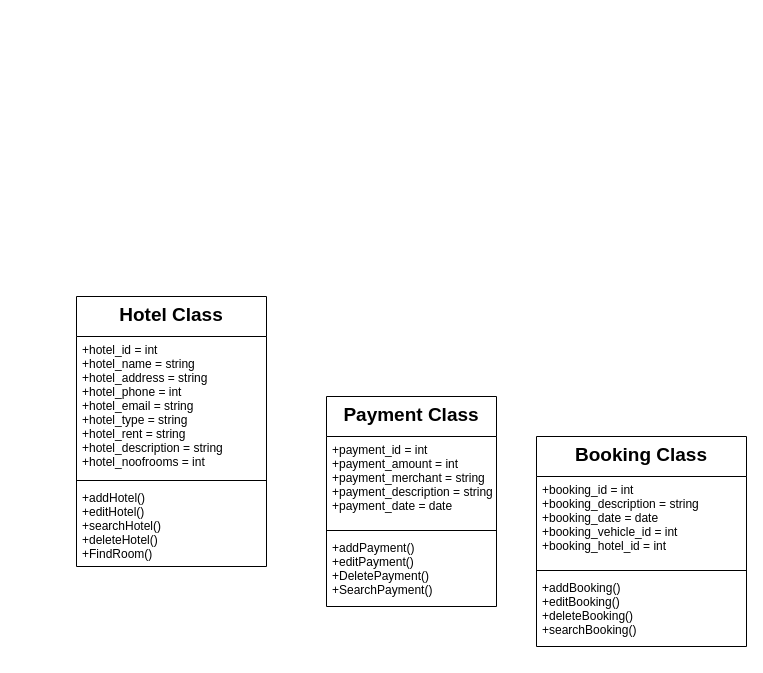
Before: Untitled Diagram.drawio in bidya01/Programs, a draw.io diagram. Source tidied: cells renumbered, new cells numbered last; positions are measured from the earlier drawing's top-left corner, leaving out a move shared by most shapes. Both pictures are drawn from the tidied source at 100%, with x=0, y=0 at pixel (76, 296).
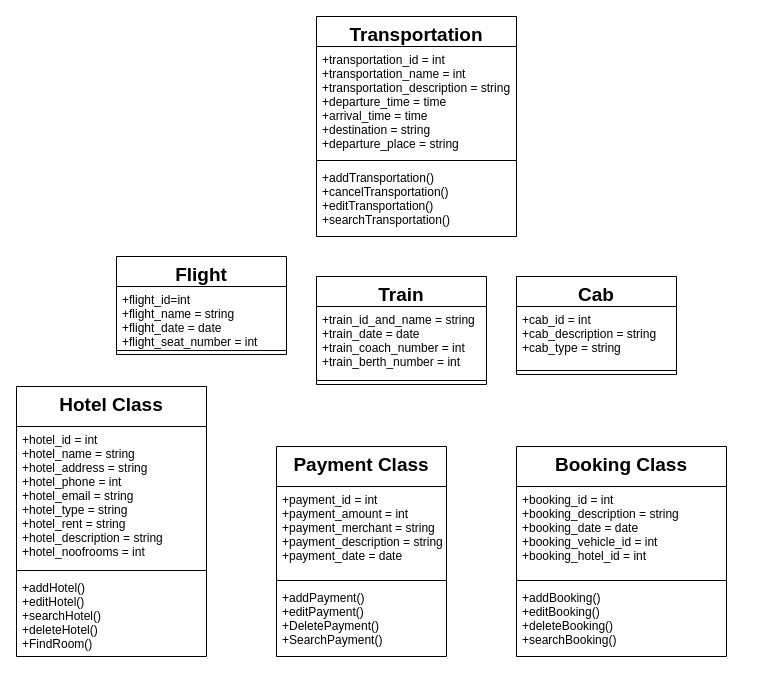
After the change.

The edit, as a diff of the source:
```diff
@@
     <mxCell id="2" value="Hotel Class" style="swimlane;fontStyle=1;align=center;verticalAlign=top;horizontal=1;startSize=40;fontSize=19;" parent="1" vertex="1">
-      <mxGeometry width="190" height="270" as="geometry" />
+      <mxGeometry x="-60" y="90" width="190" height="270" as="geometry" />
     </mxCell>
@@
     <mxCell id="6" value="Payment Class" style="swimlane;fontStyle=1;align=center;verticalAlign=top;horizontal=1;startSize=40;fontSize=19;" parent="1" vertex="1">
-      <mxGeometry x="250" y="100" width="170" height="210" as="geometry" />
+      <mxGeometry x="200" y="150" width="170" height="210" as="geometry" />
     </mxCell>
@@
     <mxCell id="10" value="Booking Class" style="swimlane;fontStyle=1;align=center;verticalAlign=top;horizontal=1;startSize=40;fontSize=19;" parent="1" vertex="1">
-      <mxGeometry x="460" y="140" width="210" height="210" as="geometry" />
+      <mxGeometry x="440" y="150" width="210" height="210" as="geometry" />
     </mxCell>
@@
+    <mxCell id="14" value="Flight" style="swimlane;fontStyle=1;align=center;verticalAlign=top;horizontal=1;startSize=30;fontSize=19;" parent="1" vertex="1">
+      <mxGeometry x="40" y="-40" width="170" height="98" as="geometry" />
+    </mxCell>
+    <mxCell id="15" value="+flight_id=int&#10;+flight_name = string&#10;+flight_date = date&#10;+flight_seat_number = int&#10;&#10;&#10;" style="text;strokeColor=none;fillColor=none;align=left;verticalAlign=top;spacingLeft=4;spacingRight=4;overflow=hidden;" parent="14" vertex="1">
+      <mxGeometry y="30" width="170" height="60" as="geometry" />
+    </mxCell>
+    <mxCell id="16" style="line;strokeWidth=1;fillColor=none;align=left;verticalAlign=middle;spacingTop=-1;spacingLeft=3;spacingRight=3;labelPosition=right;" parent="14" vertex="1">
+      <mxGeometry y="90" width="170" height="8" as="geometry" />
+    </mxCell>
+    <mxCell id="17" value="Train" style="swimlane;fontStyle=1;align=center;verticalAlign=top;horizontal=1;startSize=30;fontSize=19;" parent="1" vertex="1">
+      <mxGeometry x="240" y="-20" width="170" height="108" as="geometry" />
+    </mxCell>
+    <mxCell id="18" value="+train_id_and_name = string&#10;+train_date = date&#10;+train_coach_number = int&#10;+train_berth_number = int&#10;&#10;" style="text;strokeColor=none;fillColor=none;align=left;verticalAlign=top;spacingLeft=4;spacingRight=4;overflow=hidden;" parent="17" vertex="1">
+      <mxGeometry y="30" width="170" height="70" as="geometry" />
+    </mxCell>
+    <mxCell id="19" style="line;strokeWidth=1;fillColor=none;align=left;verticalAlign=middle;spacingTop=-1;spacingLeft=3;spacingRight=3;labelPosition=right;" parent="17" vertex="1">
+      <mxGeometry y="100" width="170" height="8" as="geometry" />
+    </mxCell>
+    <mxCell id="20" value="Transportation" style="swimlane;fontStyle=1;align=center;verticalAlign=top;horizontal=1;startSize=30;fontSize=19;" parent="1" vertex="1">
+      <mxGeometry x="240" y="-280" width="200" height="220" as="geometry" />
+    </mxCell>
+    <mxCell id="21" value="+transportation_id = int&#10;+transportation_name = int&#10;+transportation_description = string&#10;+departure_time = time&#10;+arrival_time = time&#10;+destination = string&#10;+departure_place = string" style="text;strokeColor=none;fillColor=none;align=left;verticalAlign=top;spacingLeft=4;spacingRight=4;overflow=hidden;" parent="20" vertex="1">
+      <mxGeometry y="30" width="200" height="110" as="geometry" />
+    </mxCell>
+    <mxCell id="22" style="line;strokeWidth=1;fillColor=none;align=left;verticalAlign=middle;spacingTop=-1;spacingLeft=3;spacingRight=3;labelPosition=right;" parent="20" vertex="1">
+      <mxGeometry y="140" width="200" height="8" as="geometry" />
+    </mxCell>
+    <mxCell id="23" value="+addTransportation()&#10;+cancelTransportation()&#10;+editTransportation()&#10;+searchTransportation()&#10;" style="text;strokeColor=none;fillColor=none;align=left;verticalAlign=top;spacingLeft=4;spacingRight=4;overflow=hidden;" parent="20" vertex="1">
+      <mxGeometry y="148" width="200" height="72" as="geometry" />
+    </mxCell>
+    <mxCell id="24" value="Cab" style="swimlane;fontStyle=1;align=center;verticalAlign=top;horizontal=1;startSize=30;fontSize=19;" parent="1" vertex="1">
+      <mxGeometry x="440" y="-20" width="160" height="98" as="geometry" />
+    </mxCell>
+    <mxCell id="25" value="+cab_id = int&#10;+cab_description = string &#10;+cab_type = string " style="text;strokeColor=none;fillColor=none;align=left;verticalAlign=top;spacingLeft=4;spacingRight=4;overflow=hidden;" parent="24" vertex="1">
+      <mxGeometry y="30" width="160" height="60" as="geometry" />
+    </mxCell>
+    <mxCell id="26" style="line;strokeWidth=1;fillColor=none;align=left;verticalAlign=middle;spacingTop=-1;spacingLeft=3;spacingRight=3;labelPosition=right;" parent="24" vertex="1">
+      <mxGeometry y="90" width="160" height="8" as="geometry" />
+    </mxCell>
```
